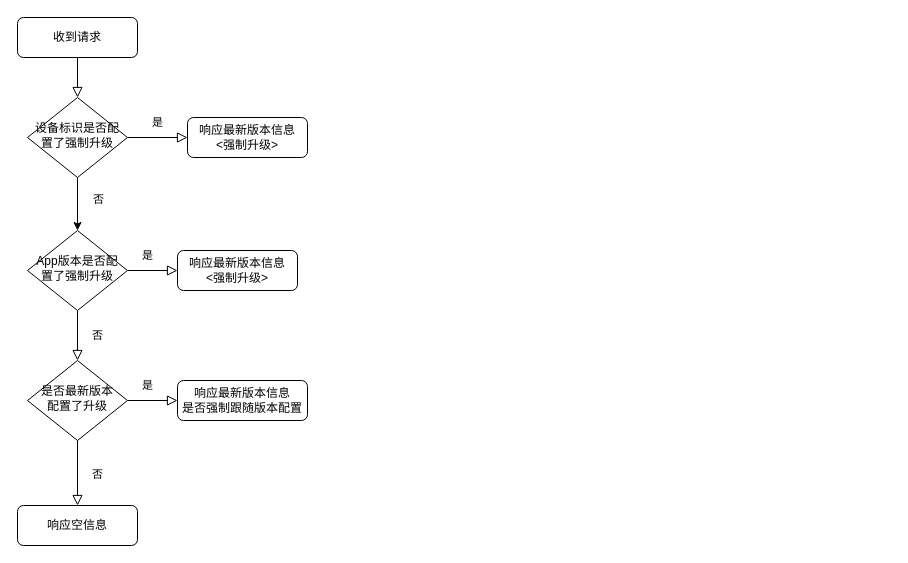
someboody/flowchart keeps this draw.io diagram as Android App Update.drawio. Above is the earlier version. Source tidied: cells renumbered, new cells numbered last; positions are measured from the earlier drawing's top-left corner, leaving out a move shared by most shapes. Both pictures are drawn from the tidied source at 100%, with x=0, y=0 at pixel (17, 17).
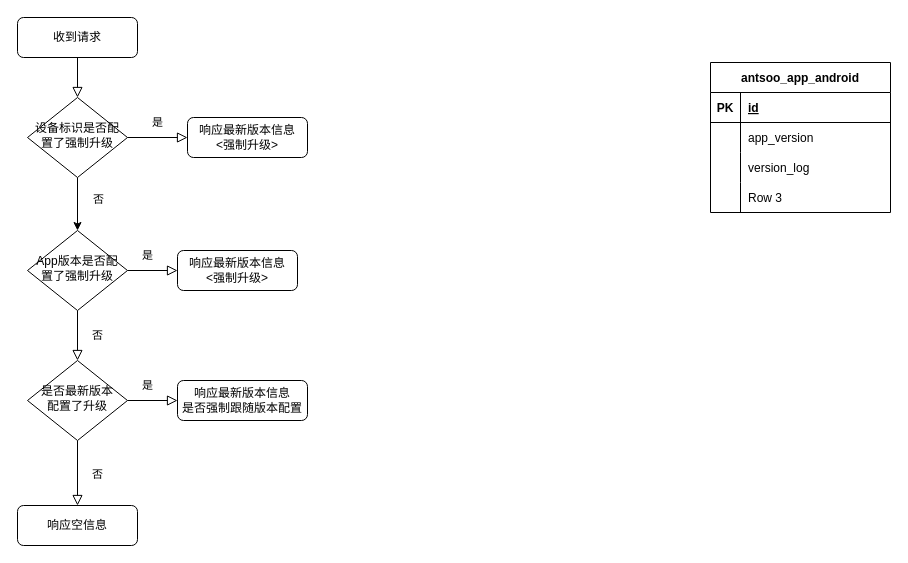
Above is the later version.

The edit, as a diff of the source:
```diff
@@
+    <mxCell id="18" value="antsoo_app_android" style="shape=table;startSize=30;childLayout=tableLayout;rowLines=0;fontStyle=1;align=center;" parent="1" vertex="1">
+      <mxGeometry x="693" y="45" width="180" height="150" as="geometry" />
+    </mxCell>
+    <mxCell id="19" style="shape=tableRow;horizontal=0;startSize=0;swimlaneHead=0;swimlaneBody=0;fillColor=none;top=0;left=0;right=0;bottom=1;" parent="18" vertex="1">
+      <mxGeometry y="30" width="180" height="30" as="geometry" />
+    </mxCell>
+    <mxCell id="20" value="PK" style="shape=partialRectangle;fillColor=none;top=0;left=0;bottom=0;right=0;fontStyle=1;overflow=hidden;" parent="19" vertex="1">
+      <mxGeometry width="30" height="30" as="geometry" />
+    </mxCell>
+    <mxCell id="21" value="id" style="shape=partialRectangle;fillColor=none;top=0;left=0;bottom=0;right=0;align=left;spacingLeft=6;fontStyle=5;overflow=hidden;" parent="19" vertex="1">
+      <mxGeometry x="30" width="150" height="30" as="geometry" />
+    </mxCell>
+    <mxCell id="22" style="shape=tableRow;horizontal=0;startSize=0;swimlaneHead=0;swimlaneBody=0;fillColor=none;top=0;left=0;right=0;bottom=0;" parent="18" vertex="1">
+      <mxGeometry y="60" width="180" height="30" as="geometry" />
+    </mxCell>
+    <mxCell id="23" style="shape=partialRectangle;fillColor=none;top=0;left=0;bottom=0;right=0;overflow=hidden;" parent="22" vertex="1">
+      <mxGeometry width="30" height="30" as="geometry" />
+    </mxCell>
+    <mxCell id="24" value="app_version" style="shape=partialRectangle;fillColor=none;top=0;left=0;bottom=0;right=0;align=left;spacingLeft=6;overflow=hidden;" parent="22" vertex="1">
+      <mxGeometry x="30" width="150" height="30" as="geometry" />
+    </mxCell>
+    <mxCell id="25" style="shape=tableRow;horizontal=0;startSize=0;swimlaneHead=0;swimlaneBody=0;fillColor=none;top=0;left=0;right=0;bottom=0;" parent="18" vertex="1">
+      <mxGeometry y="90" width="180" height="30" as="geometry" />
+    </mxCell>
+    <mxCell id="26" style="shape=partialRectangle;fillColor=none;top=0;left=0;bottom=0;right=0;overflow=hidden;" parent="25" vertex="1">
+      <mxGeometry width="30" height="30" as="geometry" />
+    </mxCell>
+    <mxCell id="27" value="version_log" style="shape=partialRectangle;fillColor=none;top=0;left=0;bottom=0;right=0;align=left;spacingLeft=6;overflow=hidden;" parent="25" vertex="1">
+      <mxGeometry x="30" width="150" height="30" as="geometry" />
+    </mxCell>
+    <mxCell id="28" style="shape=tableRow;horizontal=0;startSize=0;swimlaneHead=0;swimlaneBody=0;fillColor=none;top=0;left=0;right=0;bottom=0;" parent="18" vertex="1">
+      <mxGeometry y="120" width="180" height="30" as="geometry" />
+    </mxCell>
+    <mxCell id="29" style="shape=partialRectangle;fillColor=none;top=0;left=0;bottom=0;right=0;overflow=hidden;" parent="28" vertex="1">
+      <mxGeometry width="30" height="30" as="geometry" />
+    </mxCell>
+    <mxCell id="30" value="Row 3" style="shape=partialRectangle;fillColor=none;top=0;left=0;bottom=0;right=0;align=left;spacingLeft=6;overflow=hidden;" parent="28" vertex="1">
+      <mxGeometry x="30" width="150" height="30" as="geometry" />
+    </mxCell>
```
